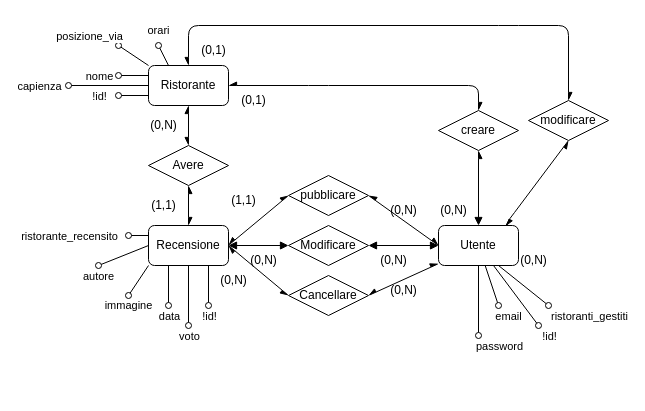
Above: schema-ER.drawio in Valerioconti42/Ristorante-VC-AB-GS (draw.io), before the change. Source tidied: cells renumbered, new cells numbered last; positions are measured from the earlier drawing's top-left corner, leaving out a move shared by most shapes. Both pictures are drawn from the tidied source at 100%, with x=0, y=0 at pixel (68, 25).
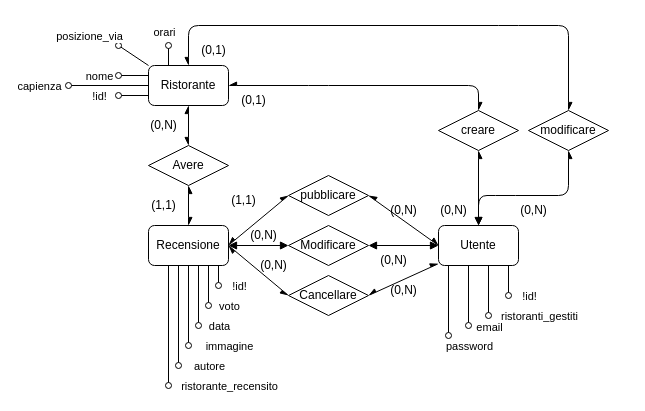
After the change.

Commit message:
Update geometry and positions in schema-ER.drawio

Adjusted geometry and positioning of various elements in the ER diagram.

The change refers to these unchanged cells:
```xml
<mxCell id="12" value="Ristorante" style="rounded=1;whiteSpace=wrap;html=1;" parent="1" vertex="1">
  <mxGeometry x="80" y="40" width="80" height="40" as="geometry" />
</mxCell>
<mxCell id="25" value="Recensione" style="rounded=1;whiteSpace=wrap;html=1;" parent="1" vertex="1">
  <mxGeometry x="80" y="200" width="80" height="40" as="geometry" />
</mxCell>
<mxCell id="34" value="Utente" style="rounded=1;whiteSpace=wrap;html=1;" parent="1" vertex="1">
  <mxGeometry x="370" y="200" width="80" height="40" as="geometry" />
</mxCell>
```

The edit, as a diff of the source:
```diff
@@
     <mxCell id="8" style="edgeStyle=none;shape=connector;rounded=0;jettySize=auto;html=1;exitX=0.25;exitY=0;exitDx=0;exitDy=0;strokeColor=default;align=center;verticalAlign=middle;fontFamily=Helvetica;fontSize=11;fontColor=default;labelBackgroundColor=default;endArrow=oval;endFill=0;" parent="1" edge="1" source="12">
       <mxGeometry relative="1" as="geometry">
-        <mxPoint x="90" y="20" as="targetPoint" />
+        <mxPoint x="100" y="20" as="targetPoint" />
       </mxGeometry>
     </mxCell>
@@
-    <mxCell id="13" style="edgeStyle=none;shape=connector;rounded=0;jettySize=auto;html=1;exitX=0.75;exitY=1;exitDx=0;exitDy=0;strokeColor=default;align=center;verticalAlign=middle;fontFamily=Helvetica;fontSize=11;fontColor=default;labelBackgroundColor=default;endArrow=oval;endFill=0;" parent="1" edge="1" source="25">
+    <mxCell id="13" style="edgeStyle=none;shape=connector;rounded=0;orthogonalLoop=1;jettySize=auto;html=1;exitX=0.75;exitY=1;exitDx=0;exitDy=0;strokeColor=default;align=center;verticalAlign=middle;fontFamily=Helvetica;fontSize=11;fontColor=default;labelBackgroundColor=default;endArrow=oval;endFill=0;" parent="1" edge="1">
       <mxGeometry relative="1" as="geometry">
-        <mxPoint x="140" y="280" as="targetPoint" />
+        <mxPoint x="150" y="240" as="sourcePoint" />
+        <mxPoint x="150" y="260" as="targetPoint" />
       </mxGeometry>
     </mxCell>
     <mxCell id="14" value="!id!" style="edgeLabel;html=1;align=center;verticalAlign=middle;fontFamily=Helvetica;fontSize=11;fontColor=default;labelBackgroundColor=default;" parent="13" vertex="1">
       <mxGeometry x="0.2" y="-1" relative="1" as="geometry">
-        <mxPoint x="1" y="26" as="offset" />
+        <mxPoint x="21" y="8" as="offset" />
       </mxGeometry>
     </mxCell>
-    <mxCell id="15" style="edgeStyle=none;shape=connector;rounded=0;jettySize=auto;html=1;exitX=0.5;exitY=1;exitDx=0;exitDy=0;strokeColor=default;align=center;verticalAlign=middle;fontFamily=Helvetica;fontSize=11;fontColor=default;labelBackgroundColor=default;endArrow=oval;endFill=0;" parent="1" edge="1" source="25">
+    <mxCell id="15" style="edgeStyle=none;shape=connector;rounded=0;orthogonalLoop=1;jettySize=auto;html=1;exitX=0.5;exitY=1;exitDx=0;exitDy=0;strokeColor=default;align=center;verticalAlign=middle;fontFamily=Helvetica;fontSize=11;fontColor=default;labelBackgroundColor=default;endArrow=oval;endFill=0;" parent="1" edge="1">
       <mxGeometry relative="1" as="geometry">
-        <mxPoint x="120" y="300" as="targetPoint" />
+        <mxPoint x="140" y="240" as="sourcePoint" />
+        <mxPoint x="140" y="280" as="targetPoint" />
       </mxGeometry>
     </mxCell>
     <mxCell id="16" value="voto" style="edgeLabel;html=1;align=center;verticalAlign=middle;fontFamily=Helvetica;fontSize=11;fontColor=default;labelBackgroundColor=default;" parent="15" vertex="1">
       <mxGeometry x="0.37" y="-1" relative="1" as="geometry">
-        <mxPoint x="1" y="29" as="offset" />
+        <mxPoint x="21" y="13" as="offset" />
       </mxGeometry>
     </mxCell>
-    <mxCell id="17" style="edgeStyle=none;shape=connector;rounded=0;jettySize=auto;html=1;exitX=0.25;exitY=1;exitDx=0;exitDy=0;strokeColor=default;align=center;verticalAlign=middle;fontFamily=Helvetica;fontSize=11;fontColor=default;labelBackgroundColor=default;endArrow=oval;endFill=0;" parent="1" edge="1" source="25">
+    <mxCell id="17" style="edgeStyle=none;shape=connector;rounded=0;orthogonalLoop=1;jettySize=auto;html=1;exitX=0.25;exitY=1;exitDx=0;exitDy=0;strokeColor=default;align=center;verticalAlign=middle;fontFamily=Helvetica;fontSize=11;fontColor=default;labelBackgroundColor=default;endArrow=oval;endFill=0;" parent="1" edge="1">
       <mxGeometry relative="1" as="geometry">
-        <mxPoint x="100" y="280" as="targetPoint" />
+        <mxPoint x="130" y="240" as="sourcePoint" />
+        <mxPoint x="130" y="300" as="targetPoint" />
       </mxGeometry>
     </mxCell>
     <mxCell id="18" value="data" style="edgeLabel;html=1;align=center;verticalAlign=middle;fontFamily=Helvetica;fontSize=11;fontColor=default;labelBackgroundColor=default;" parent="17" vertex="1">
       <mxGeometry x="-0.1" relative="1" as="geometry">
-        <mxPoint y="32" as="offset" />
+        <mxPoint x="20" y="33" as="offset" />
       </mxGeometry>
     </mxCell>
-    <mxCell id="19" style="edgeStyle=none;shape=connector;rounded=0;jettySize=auto;html=1;exitX=0;exitY=1;exitDx=0;exitDy=0;strokeColor=default;align=center;verticalAlign=middle;fontFamily=Helvetica;fontSize=11;fontColor=default;labelBackgroundColor=default;endArrow=oval;endFill=0;" parent="1" edge="1" source="25">
+    <mxCell id="19" style="edgeStyle=none;shape=connector;rounded=0;orthogonalLoop=1;jettySize=auto;html=1;exitX=0;exitY=1;exitDx=0;exitDy=0;strokeColor=default;align=center;verticalAlign=middle;fontFamily=Helvetica;fontSize=11;fontColor=default;labelBackgroundColor=default;endArrow=oval;endFill=0;" parent="1" edge="1">
       <mxGeometry relative="1" as="geometry">
-        <mxPoint x="60" y="270" as="targetPoint" />
+        <mxPoint x="120" y="240" as="sourcePoint" />
+        <mxPoint x="120" y="320" as="targetPoint" />
       </mxGeometry>
     </mxCell>
     <mxCell id="20" value="immagine" style="edgeLabel;html=1;align=center;verticalAlign=middle;fontFamily=Helvetica;fontSize=11;fontColor=default;labelBackgroundColor=default;" parent="19" vertex="1">
       <mxGeometry x="0.02" y="1" relative="1" as="geometry">
-        <mxPoint x="-11" y="24" as="offset" />
+        <mxPoint x="39" y="39" as="offset" />
       </mxGeometry>
     </mxCell>
-    <mxCell id="21" style="edgeStyle=none;shape=connector;rounded=0;jettySize=auto;html=1;exitX=0;exitY=0.5;exitDx=0;exitDy=0;strokeColor=default;align=center;verticalAlign=middle;fontFamily=Helvetica;fontSize=11;fontColor=default;labelBackgroundColor=default;endArrow=oval;endFill=0;" parent="1" edge="1" source="25">
+    <mxCell id="21" style="edgeStyle=none;shape=connector;rounded=0;orthogonalLoop=1;jettySize=auto;html=1;exitX=0;exitY=0.5;exitDx=0;exitDy=0;strokeColor=default;align=center;verticalAlign=middle;fontFamily=Helvetica;fontSize=11;fontColor=default;labelBackgroundColor=default;endArrow=oval;endFill=0;" parent="1" edge="1">
       <mxGeometry relative="1" as="geometry">
-        <mxPoint x="30" y="240" as="targetPoint" />
+        <mxPoint x="110" y="230" as="sourcePoint" />
+        <mxPoint x="110" y="340" as="targetPoint" />
       </mxGeometry>
     </mxCell>
     <mxCell id="22" value="autore" style="edgeLabel;html=1;align=center;verticalAlign=middle;fontFamily=Helvetica;fontSize=11;fontColor=default;labelBackgroundColor=default;" parent="21" vertex="1">
       <mxGeometry x="0.03" y="5" relative="1" as="geometry">
-        <mxPoint x="-26" y="15" as="offset" />
+        <mxPoint x="25" y="53" as="offset" />
       </mxGeometry>
     </mxCell>
-    <mxCell id="23" style="edgeStyle=none;shape=connector;rounded=0;jettySize=auto;html=1;exitX=0;exitY=0.25;exitDx=0;exitDy=0;strokeColor=default;align=center;verticalAlign=middle;fontFamily=Helvetica;fontSize=11;fontColor=default;labelBackgroundColor=default;endArrow=oval;endFill=0;" parent="1" edge="1" source="25">
+    <mxCell id="23" style="edgeStyle=none;shape=connector;rounded=0;jettySize=auto;html=1;exitX=0.25;exitY=1;exitDx=0;exitDy=0;strokeColor=default;align=center;verticalAlign=middle;fontFamily=Helvetica;fontSize=11;fontColor=default;labelBackgroundColor=default;endArrow=oval;endFill=0;" parent="1" edge="1" source="25">
       <mxGeometry relative="1" as="geometry">
-        <mxPoint x="60" y="210" as="targetPoint" />
+        <mxPoint x="100" y="360" as="targetPoint" />
       </mxGeometry>
     </mxCell>
     <mxCell id="24" value="ristorante_recensito" style="edgeLabel;html=1;align=center;verticalAlign=middle;fontFamily=Helvetica;fontSize=11;fontColor=default;labelBackgroundColor=default;" parent="23" vertex="1">
       <mxGeometry x="-0.1" y="2" relative="1" as="geometry">
-        <mxPoint x="-71" y="-2" as="offset" />
+        <mxPoint x="58" y="66" as="offset" />
       </mxGeometry>
     </mxCell>
@@
-    <mxCell id="26" style="rounded=0;jettySize=auto;html=1;endArrow=oval;endFill=0;" parent="1" edge="1" source="34">
+    <mxCell id="26" style="rounded=0;orthogonalLoop=1;jettySize=auto;html=1;endArrow=oval;endFill=0;" parent="1" edge="1">
       <mxGeometry relative="1" as="geometry">
-        <mxPoint x="430" y="280" as="targetPoint" />
+        <mxPoint x="400" y="240" as="sourcePoint" />
+        <mxPoint x="400" y="300" as="targetPoint" />
       </mxGeometry>
     </mxCell>
     <mxCell id="27" value="email" style="edgeLabel;html=1;align=center;verticalAlign=middle;" parent="26" vertex="1">
       <mxGeometry x="0.07" y="1" relative="1" as="geometry">
-        <mxPoint x="15" y="29" as="offset" />
+        <mxPoint x="19" y="29" as="offset" />
       </mxGeometry>
     </mxCell>
-    <mxCell id="28" style="edgeStyle=none;shape=connector;rounded=0;jettySize=auto;html=1;strokeColor=default;align=center;verticalAlign=middle;fontFamily=Helvetica;fontSize=11;fontColor=default;labelBackgroundColor=default;endArrow=oval;endFill=0;" parent="1" edge="1" source="34">
+    <mxCell id="28" style="edgeStyle=none;shape=connector;rounded=0;orthogonalLoop=1;jettySize=auto;html=1;strokeColor=default;align=center;verticalAlign=middle;fontFamily=Helvetica;fontSize=11;fontColor=default;labelBackgroundColor=default;endArrow=oval;endFill=0;" parent="1" edge="1">
       <mxGeometry relative="1" as="geometry">
-        <mxPoint x="470" y="300" as="targetPoint" />
+        <mxPoint x="440" y="240" as="sourcePoint" />
+        <mxPoint x="440" y="270" as="targetPoint" />
       </mxGeometry>
     </mxCell>
-    <mxCell id="29" value="!id!" style="edgeLabel;html=1;align=center;verticalAlign=middle;fontFamily=Helvetica;fontSize=11;fontColor=default;labelBackgroundColor=default;" parent="28" vertex="1">
-      <mxGeometry x="0.39" y="-1" relative="1" as="geometry">
-        <mxPoint x="25" y="28" as="offset" />
+    <mxCell id="29" value="!id!" style="edgeLabel;html=1;align=center;verticalAlign=middle;" parent="28" vertex="1">
+      <mxGeometry x="1" y="-4" relative="1" as="geometry">
+        <mxPoint x="24" as="offset" />
       </mxGeometry>
     </mxCell>
-    <mxCell id="30" style="edgeStyle=none;shape=connector;rounded=0;jettySize=auto;html=1;exitX=0.5;exitY=1;exitDx=0;exitDy=0;strokeColor=default;align=center;verticalAlign=middle;fontFamily=Helvetica;fontSize=11;fontColor=default;labelBackgroundColor=default;endArrow=oval;endFill=0;" parent="1" edge="1" source="34">
+    <mxCell id="30" style="edgeStyle=none;shape=connector;rounded=0;orthogonalLoop=1;jettySize=auto;html=1;strokeColor=default;align=center;verticalAlign=middle;fontFamily=Helvetica;fontSize=11;fontColor=default;labelBackgroundColor=default;endArrow=oval;endFill=0;" parent="1" edge="1">
       <mxGeometry relative="1" as="geometry">
-        <mxPoint x="410" y="310" as="targetPoint" />
+        <mxPoint x="380" y="240" as="sourcePoint" />
+        <mxPoint x="380" y="310" as="targetPoint" />
       </mxGeometry>
     </mxCell>
@@
-    <mxCell id="32" style="edgeStyle=none;shape=connector;rounded=0;jettySize=auto;html=1;exitX=0.75;exitY=1;exitDx=0;exitDy=0;strokeColor=default;align=center;verticalAlign=middle;fontFamily=Helvetica;fontSize=11;fontColor=default;labelBackgroundColor=default;endArrow=oval;endFill=0;" parent="1" edge="1" source="34">
+    <mxCell id="32" style="edgeStyle=none;shape=connector;rounded=0;orthogonalLoop=1;jettySize=auto;html=1;exitX=0.75;exitY=1;exitDx=0;exitDy=0;strokeColor=default;align=center;verticalAlign=middle;fontFamily=Helvetica;fontSize=11;fontColor=default;labelBackgroundColor=default;endArrow=oval;endFill=0;" parent="1" edge="1">
       <mxGeometry relative="1" as="geometry">
-        <mxPoint x="480" y="280" as="targetPoint" />
+        <mxPoint x="420" y="240" as="sourcePoint" />
+        <mxPoint x="420" y="290" as="targetPoint" />
       </mxGeometry>
     </mxCell>
     <mxCell id="33" value="ristoranti_gestiti" style="edgeLabel;html=1;align=center;verticalAlign=middle;fontFamily=Helvetica;fontSize=11;fontColor=default;labelBackgroundColor=default;" parent="32" vertex="1">
       <mxGeometry x="0.26" y="-3" relative="1" as="geometry">
-        <mxPoint x="61" y="23" as="offset" />
+        <mxPoint x="53" y="18" as="offset" />
       </mxGeometry>
     </mxCell>
@@
     <mxCell id="42" value="modificare" style="rhombus;whiteSpace=wrap;html=1;" parent="1" vertex="1">
-      <mxGeometry x="460" y="75" width="80" height="40" as="geometry" />
+      <mxGeometry x="460" y="85" width="80" height="40" as="geometry" />
     </mxCell>
@@
-    <mxCell id="44" style="endArrow=async;html=1;startArrow=async;startFill=1;endFill=1;entryX=0.838;entryY=0.025;entryDx=0;entryDy=0;entryPerimeter=0;exitX=0.5;exitY=1;exitDx=0;exitDy=0;" parent="1" edge="1" source="42" target="34">
+    <mxCell id="44" style="endArrow=async;html=1;startArrow=async;startFill=1;endFill=1;exitX=0.5;exitY=1;exitDx=0;exitDy=0;entryX=0.5;entryY=0;entryDx=0;entryDy=0;" parent="1" edge="1" source="42" target="34">
       <mxGeometry relative="1" as="geometry">
         <Array as="points">
-          <mxPoint x="440" y="195" />
+          <mxPoint x="500" y="170" />
+          <mxPoint x="437" y="170" />
+          <mxPoint x="410" y="170" />
         </Array>
       </mxGeometry>
     </mxCell>
@@
     <mxCell id="56" value="(0,N)" style="text;html=1;align=center;verticalAlign=middle;strokeColor=none;fillColor=none;" parent="1" vertex="1">
-      <mxGeometry x="440" y="220" width="50" height="30" as="geometry" />
+      <mxGeometry x="440" y="170" width="50" height="30" as="geometry" />
     </mxCell>
@@
     <mxCell id="58" value="(0,N)" style="text;html=1;align=center;verticalAlign=middle;strokeColor=none;fillColor=none;" parent="1" vertex="1">
-      <mxGeometry x="170" y="220" width="50" height="30" as="geometry" />
+      <mxGeometry x="170" y="195" width="50" height="30" as="geometry" />
     </mxCell>
@@
     <mxCell id="64" value="(0,N)" style="text;html=1;align=center;verticalAlign=middle;strokeColor=none;fillColor=none;" parent="1" vertex="1">
-      <mxGeometry x="140" y="240" width="50" height="30" as="geometry" />
+      <mxGeometry x="180" y="225" width="50" height="30" as="geometry" />
     </mxCell>
```
